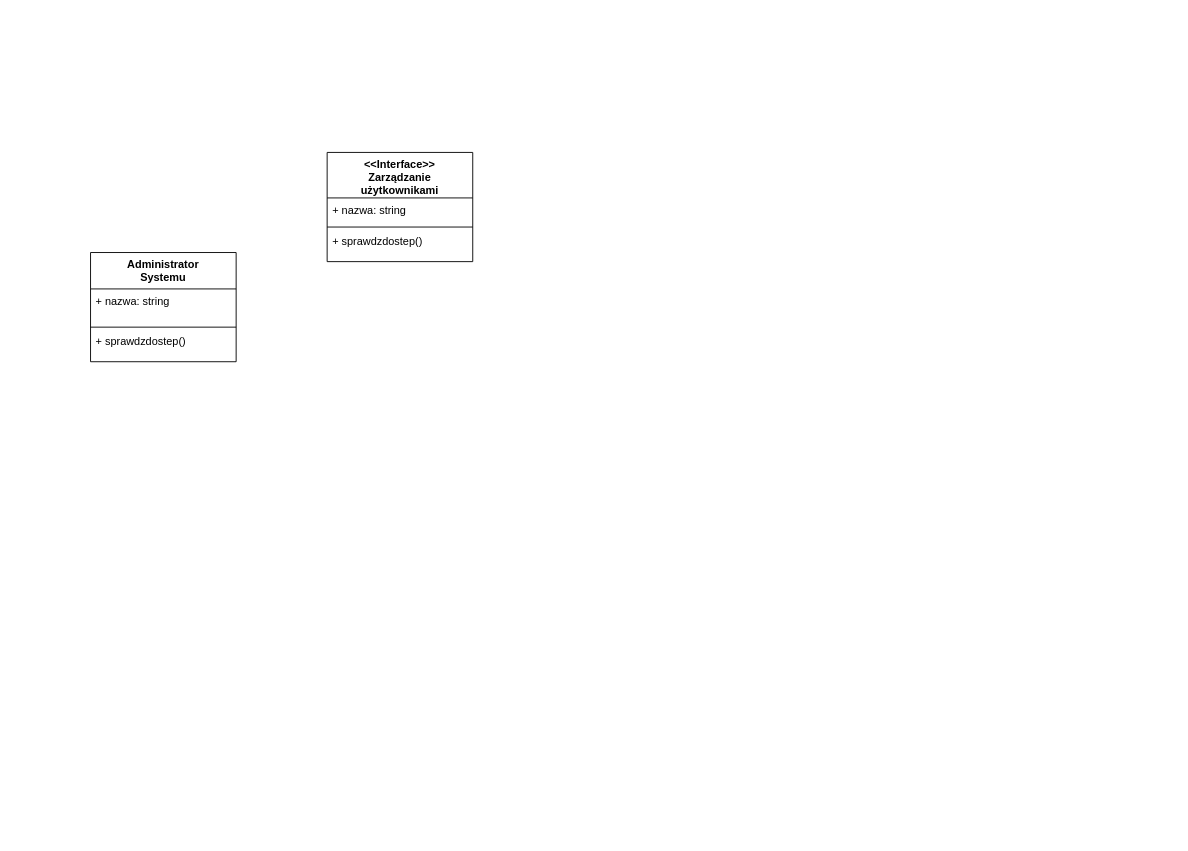
The draw.io diagram najwiekszy.drawio in dectroid/drawio, before the edit. Source tidied: cells renumbered, new cells numbered last; positions are measured from the earlier drawing's top-left corner, leaving out a move shared by most shapes. Both pictures are drawn from the tidied source at 91%, with x=0, y=0 at pixel (90, 152).
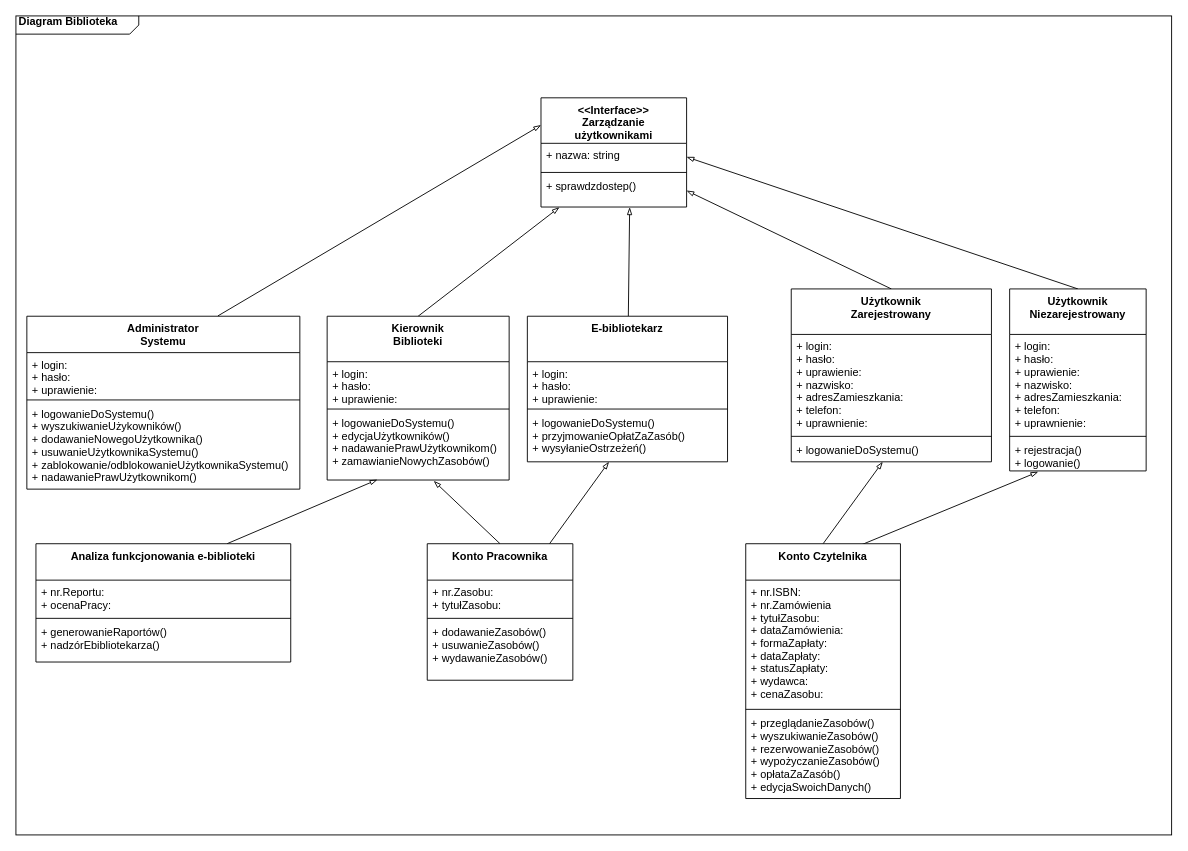
Above is the later version.

Change to the diagram source:
```diff
@@
+    <mxCell id="10" value="&lt;b&gt;&amp;nbsp;Diagram Biblioteka&lt;/b&gt;" style="html=1;shape=mxgraph.sysml.package;xSize=90;align=left;spacingLeft=10;overflow=fill;strokeWidth=1;labelX=135.71;" parent="1" vertex="1">
+      <mxGeometry x="-82" y="-150" width="1270" height="900" as="geometry" />
+    </mxCell>
+    <mxCell id="11" style="rounded=0;jettySize=auto;html=1;exitX=0.5;exitY=0;exitDx=0;exitDy=0;entryX=0.126;entryY=1.009;entryDx=0;entryDy=0;entryPerimeter=0;endArrow=blockThin;endFill=0;" parent="1" edge="1" source="2" target="15">
+      <mxGeometry relative="1" as="geometry" />
+    </mxCell>
-    <mxCell id="2" value="&lt;&lt;Interface&gt;&gt;&#10;Zarządzanie&#10;użytkownikami" style="swimlane;fontStyle=1;align=center;verticalAlign=top;horizontal=1;startSize=50;" parent="1" vertex="1">
-      <mxGeometry x="260" width="160" height="120" as="geometry" />
+    <mxCell id="2" value="Kierownik&#10;Biblioteki" style="swimlane;fontStyle=1;align=center;verticalAlign=top;horizontal=1;startSize=50;" parent="1" vertex="1">
+      <mxGeometry x="260" y="180" width="200" height="180" as="geometry" />
     </mxCell>
-    <mxCell id="3" value="+ nazwa: string" style="text;strokeColor=none;fillColor=none;align=left;verticalAlign=top;spacingLeft=4;spacingRight=4;overflow=hidden;" parent="2" vertex="1">
-      <mxGeometry y="50" width="160" height="30" as="geometry" />
+    <mxCell id="3" value="+ login:&#10;+ hasło:&#10;+ uprawienie:" style="text;strokeColor=none;fillColor=none;align=left;verticalAlign=top;spacingLeft=4;spacingRight=4;overflow=hidden;" parent="2" vertex="1">
+      <mxGeometry y="50" width="200" height="50" as="geometry" />
     </mxCell>
     <mxCell id="4" style="line;strokeWidth=1;fillColor=none;align=left;verticalAlign=middle;spacingTop=-1;spacingLeft=3;spacingRight=3;labelPosition=right;" parent="2" vertex="1">
-      <mxGeometry y="80" width="160" height="4" as="geometry" />
+      <mxGeometry y="100" width="200" height="4" as="geometry" />
     </mxCell>
-    <mxCell id="5" value="+ sprawdzdostep()" style="text;strokeColor=none;fillColor=none;align=left;verticalAlign=top;spacingLeft=4;spacingRight=4;overflow=hidden;points=[[0,0.5],[1,0.5]];portConstraint=eastwest;" parent="2" vertex="1">
-      <mxGeometry y="84" width="160" height="36" as="geometry" />
+    <mxCell id="5" value="+ logowanieDoSystemu()&#10;+ edycjaUżytkowników()&#10;+ nadawaniePrawUżytkownikom()&#10;+ zamawianieNowychZasobów()" style="text;strokeColor=none;fillColor=none;align=left;verticalAlign=top;spacingLeft=4;spacingRight=4;overflow=hidden;points=[[0,0.5],[1,0.5]];portConstraint=eastwest;" parent="2" vertex="1">
+      <mxGeometry y="104" width="200" height="76" as="geometry" />
     </mxCell>
     <mxCell id="6" value="Administrator&#10;Systemu" style="swimlane;fontStyle=1;align=center;verticalAlign=top;horizontal=1;startSize=40;" parent="1" vertex="1">
-      <mxGeometry y="110" width="160" height="120" as="geometry" />
+      <mxGeometry x="-70" y="180" width="300" height="190" as="geometry" />
     </mxCell>
-    <mxCell id="7" value="+ nazwa: string" style="text;strokeColor=none;fillColor=none;align=left;verticalAlign=top;spacingLeft=4;spacingRight=4;overflow=hidden;" parent="6" vertex="1">
-      <mxGeometry y="40" width="160" height="40" as="geometry" />
+    <mxCell id="7" value="+ login:&#10;+ hasło:&#10;+ uprawienie:" style="text;strokeColor=none;fillColor=none;align=left;verticalAlign=top;spacingLeft=4;spacingRight=4;overflow=hidden;" parent="6" vertex="1">
+      <mxGeometry y="40" width="300" height="50" as="geometry" />
     </mxCell>
     <mxCell id="8" style="line;strokeWidth=1;fillColor=none;align=left;verticalAlign=middle;spacingTop=-1;spacingLeft=3;spacingRight=3;labelPosition=right;" parent="6" vertex="1">
-      <mxGeometry y="80" width="160" height="4" as="geometry" />
+      <mxGeometry y="90" width="300" height="4" as="geometry" />
     </mxCell>
-    <mxCell id="9" value="+ sprawdzdostep()" style="text;strokeColor=none;fillColor=none;align=left;verticalAlign=top;spacingLeft=4;spacingRight=4;overflow=hidden;" parent="6" vertex="1">
-      <mxGeometry y="84" width="160" height="36" as="geometry" />
+    <mxCell id="9" value="+ logowanieDoSystemu()&#10;+ wyszukiwanieUżykowników()&#10;+ dodawanieNowegoUżytkownika()&#10;+ usuwanieUżytkownikaSystemu()&#10;+ zablokowanie/odblokowanieUżytkownikaSystemu()&#10;+ nadawaniePrawUżytkownikom()" style="text;strokeColor=none;fillColor=none;align=left;verticalAlign=top;spacingLeft=4;spacingRight=4;overflow=hidden;" parent="6" vertex="1">
+      <mxGeometry y="94" width="300" height="96" as="geometry" />
     </mxCell>
+    <mxCell id="12" value="&lt;&lt;Interface&gt;&gt;&#10;Zarządzanie&#10;użytkownikami" style="swimlane;fontStyle=1;align=center;verticalAlign=top;horizontal=1;startSize=50;" parent="1" vertex="1">
+      <mxGeometry x="495" y="-60" width="160" height="120" as="geometry" />
+    </mxCell>
+    <mxCell id="13" value="+ nazwa: string" style="text;strokeColor=none;fillColor=none;align=left;verticalAlign=top;spacingLeft=4;spacingRight=4;overflow=hidden;points=[[0,0.5],[1,0.5]];portConstraint=eastwest;" parent="12" vertex="1">
+      <mxGeometry y="50" width="160" height="30" as="geometry" />
+    </mxCell>
+    <mxCell id="14" style="line;strokeWidth=1;fillColor=none;align=left;verticalAlign=middle;spacingTop=-1;spacingLeft=3;spacingRight=3;labelPosition=right;" parent="12" vertex="1">
+      <mxGeometry y="80" width="160" height="4" as="geometry" />
+    </mxCell>
+    <mxCell id="15" value="+ sprawdzdostep()" style="text;strokeColor=none;fillColor=none;align=left;verticalAlign=top;spacingLeft=4;spacingRight=4;overflow=hidden;points=[[0,0.5],[1,0.5]];portConstraint=eastwest;" parent="12" vertex="1">
+      <mxGeometry y="84" width="160" height="36" as="geometry" />
+    </mxCell>
+    <mxCell id="16" style="edgeStyle=none;rounded=0;jettySize=auto;html=1;exitX=0.5;exitY=0;exitDx=0;exitDy=0;entryX=1;entryY=0.5;entryDx=0;entryDy=0;endArrow=blockThin;endFill=0;" parent="1" edge="1" source="17" target="13">
+      <mxGeometry relative="1" as="geometry" />
+    </mxCell>
+    <mxCell id="17" value="Użytkownik&#10;Niezarejestrowany" style="swimlane;fontStyle=1;align=center;verticalAlign=top;horizontal=1;startSize=50;" parent="1" vertex="1">
+      <mxGeometry x="1010" y="150" width="150" height="200" as="geometry" />
+    </mxCell>
+    <mxCell id="18" value="+ login:&#10;+ hasło:&#10;+ uprawienie:&#10;+ nazwisko:&#10;+ adresZamieszkania:&#10;+ telefon:&#10;+ uprawnienie:" style="text;strokeColor=none;fillColor=none;align=left;verticalAlign=top;spacingLeft=4;spacingRight=4;overflow=hidden;" parent="17" vertex="1">
+      <mxGeometry y="50" width="150" height="110" as="geometry" />
+    </mxCell>
+    <mxCell id="19" style="line;strokeWidth=1;fillColor=none;align=left;verticalAlign=middle;spacingTop=-1;spacingLeft=3;spacingRight=3;labelPosition=right;" parent="17" vertex="1">
+      <mxGeometry y="160" width="150" height="4" as="geometry" />
+    </mxCell>
+    <mxCell id="20" value="+ rejestracja()&#10;+ logowanie()" style="text;strokeColor=none;fillColor=none;align=left;verticalAlign=top;spacingLeft=4;spacingRight=4;overflow=hidden;" parent="17" vertex="1">
+      <mxGeometry y="164" width="150" height="36" as="geometry" />
+    </mxCell>
+    <mxCell id="21" style="edgeStyle=none;rounded=0;jettySize=auto;html=1;exitX=0.5;exitY=0;exitDx=0;exitDy=0;entryX=0.586;entryY=1.013;entryDx=0;entryDy=0;entryPerimeter=0;endArrow=blockThin;endFill=0;" parent="1" edge="1" source="23" target="5">
+      <mxGeometry relative="1" as="geometry" />
+    </mxCell>
+    <mxCell id="22" style="edgeStyle=none;rounded=0;jettySize=auto;html=1;endArrow=blockThin;endFill=0;" parent="1" edge="1" source="23" target="47">
+      <mxGeometry relative="1" as="geometry" />
+    </mxCell>
+    <mxCell id="23" value="Konto Pracownika" style="swimlane;fontStyle=1;align=center;verticalAlign=top;horizontal=1;startSize=40;" parent="1" vertex="1">
+      <mxGeometry x="370" y="430" width="160" height="150" as="geometry" />
+    </mxCell>
+    <mxCell id="24" value="+ nr.Zasobu:&#10;+ tytułZasobu:" style="text;strokeColor=none;fillColor=none;align=left;verticalAlign=top;spacingLeft=4;spacingRight=4;overflow=hidden;" parent="23" vertex="1">
+      <mxGeometry y="40" width="160" height="40" as="geometry" />
+    </mxCell>
+    <mxCell id="25" style="line;strokeWidth=1;fillColor=none;align=left;verticalAlign=middle;spacingTop=-1;spacingLeft=3;spacingRight=3;labelPosition=right;" parent="23" vertex="1">
+      <mxGeometry y="80" width="160" height="4" as="geometry" />
+    </mxCell>
+    <mxCell id="26" value="+ dodawanieZasobów()&#10;+ usuwanieZasobów()&#10;+ wydawanieZasobów()" style="text;strokeColor=none;fillColor=none;align=left;verticalAlign=top;spacingLeft=4;spacingRight=4;overflow=hidden;" parent="23" vertex="1">
+      <mxGeometry y="84" width="160" height="66" as="geometry" />
+    </mxCell>
+    <mxCell id="27" style="edgeStyle=none;rounded=0;jettySize=auto;html=1;exitX=0.75;exitY=0;exitDx=0;exitDy=0;entryX=0.276;entryY=0.995;entryDx=0;entryDy=0;entryPerimeter=0;endArrow=blockThin;endFill=0;" parent="1" edge="1" source="28" target="5">
+      <mxGeometry relative="1" as="geometry" />
+    </mxCell>
+    <mxCell id="28" value="Analiza funkcjonowania e-biblioteki" style="swimlane;fontStyle=1;align=center;verticalAlign=top;horizontal=1;startSize=40;" parent="1" vertex="1">
+      <mxGeometry x="-60" y="430" width="280" height="130" as="geometry" />
+    </mxCell>
+    <mxCell id="29" value="+ nr.Reportu:&#10;+ ocenaPracy:" style="text;strokeColor=none;fillColor=none;align=left;verticalAlign=top;spacingLeft=4;spacingRight=4;overflow=hidden;" parent="28" vertex="1">
+      <mxGeometry y="40" width="280" height="40" as="geometry" />
+    </mxCell>
+    <mxCell id="30" style="line;strokeWidth=1;fillColor=none;align=left;verticalAlign=middle;spacingTop=-1;spacingLeft=3;spacingRight=3;labelPosition=right;" parent="28" vertex="1">
+      <mxGeometry y="80" width="280" height="4" as="geometry" />
+    </mxCell>
+    <mxCell id="31" value="+ generowanieRaportów()&#10;+ nadzórEbibliotekarza()" style="text;strokeColor=none;fillColor=none;align=left;verticalAlign=top;spacingLeft=4;spacingRight=4;overflow=hidden;" parent="28" vertex="1">
+      <mxGeometry y="84" width="280" height="46" as="geometry" />
+    </mxCell>
+    <mxCell id="32" style="edgeStyle=none;rounded=0;jettySize=auto;html=1;exitX=0.5;exitY=0;exitDx=0;exitDy=0;endArrow=blockThin;endFill=0;" parent="1" edge="1" source="34" target="42">
+      <mxGeometry relative="1" as="geometry" />
+    </mxCell>
+    <mxCell id="33" style="edgeStyle=none;rounded=0;orthogonalLoop=1;jettySize=auto;html=1;exitX=0.75;exitY=0;exitDx=0;exitDy=0;endArrow=blockThin;endFill=0;" parent="1" edge="1">
+      <mxGeometry relative="1" as="geometry">
+        <mxPoint x="847.5" y="431" as="sourcePoint" />
+        <mxPoint x="1041.4" y="351" as="targetPoint" />
+      </mxGeometry>
+    </mxCell>
+    <mxCell id="34" value="Konto Czytelnika" style="swimlane;fontStyle=1;align=center;verticalAlign=top;horizontal=1;startSize=40;" parent="1" vertex="1">
+      <mxGeometry x="720" y="430" width="170" height="280" as="geometry" />
+    </mxCell>
+    <mxCell id="35" value="+ nr.ISBN:&#10;+ nr.Zamówienia&#10;+ tytułZasobu:&#10;+ dataZamówienia:&#10;+ formaZapłaty:&#10;+ dataZapłaty:&#10;+ statusZapłaty:&#10;+ wydawca:&#10;+ cenaZasobu:&#10;&#10;" style="text;strokeColor=none;fillColor=none;align=left;verticalAlign=top;spacingLeft=4;spacingRight=4;overflow=hidden;" parent="34" vertex="1">
+      <mxGeometry y="40" width="170" height="140" as="geometry" />
+    </mxCell>
+    <mxCell id="36" style="line;strokeWidth=1;fillColor=none;align=left;verticalAlign=middle;spacingTop=-1;spacingLeft=3;spacingRight=3;labelPosition=right;" parent="34" vertex="1">
+      <mxGeometry y="180" width="170" height="4" as="geometry" />
+    </mxCell>
+    <mxCell id="37" value="+ przeglądanieZasobów()&#10;+ wyszukiwanieZasobów()&#10;+ rezerwowanieZasobów()&#10;+ wypożyczanieZasobów()&#10;+ opłataZaZasób()&#10;+ edycjaSwoichDanych()" style="text;strokeColor=none;fillColor=none;align=left;verticalAlign=top;spacingLeft=4;spacingRight=4;overflow=hidden;" parent="34" vertex="1">
+      <mxGeometry y="184" width="170" height="96" as="geometry" />
+    </mxCell>
+    <mxCell id="38" style="edgeStyle=none;rounded=0;jettySize=auto;html=1;exitX=0.5;exitY=0;exitDx=0;exitDy=0;entryX=1;entryY=0.5;entryDx=0;entryDy=0;endArrow=blockThin;endFill=0;" parent="1" edge="1" source="39" target="15">
+      <mxGeometry relative="1" as="geometry" />
+    </mxCell>
+    <mxCell id="39" value="Użytkownik&#10;Zarejestrowany" style="swimlane;fontStyle=1;align=center;verticalAlign=top;horizontal=1;startSize=50;" parent="1" vertex="1">
+      <mxGeometry x="770" y="150" width="220" height="190" as="geometry" />
+    </mxCell>
+    <mxCell id="40" value="+ login:&#10;+ hasło:&#10;+ uprawienie:&#10;+ nazwisko:&#10;+ adresZamieszkania:&#10;+ telefon:&#10;+ uprawnienie:" style="text;strokeColor=none;fillColor=none;align=left;verticalAlign=top;spacingLeft=4;spacingRight=4;overflow=hidden;" parent="39" vertex="1">
+      <mxGeometry y="50" width="220" height="110" as="geometry" />
+    </mxCell>
+    <mxCell id="41" style="line;strokeWidth=1;fillColor=none;align=left;verticalAlign=middle;spacingTop=-1;spacingLeft=3;spacingRight=3;labelPosition=right;" parent="39" vertex="1">
+      <mxGeometry y="160" width="220" height="4" as="geometry" />
+    </mxCell>
+    <mxCell id="42" value="+ logowanieDoSystemu()" style="text;strokeColor=none;fillColor=none;align=left;verticalAlign=top;spacingLeft=4;spacingRight=4;overflow=hidden;points=[[0,0.5],[1,0.5]];portConstraint=eastwest;" parent="39" vertex="1">
+      <mxGeometry y="164" width="220" height="26" as="geometry" />
+    </mxCell>
+    <mxCell id="43" style="edgeStyle=none;rounded=0;jettySize=auto;html=1;entryX=0.609;entryY=1.009;entryDx=0;entryDy=0;entryPerimeter=0;endArrow=blockThin;endFill=0;" parent="1" edge="1" source="44" target="15">
+      <mxGeometry relative="1" as="geometry" />
+    </mxCell>
+    <mxCell id="44" value="E-bibliotekarz" style="swimlane;fontStyle=1;align=center;verticalAlign=top;horizontal=1;startSize=50;" parent="1" vertex="1">
+      <mxGeometry x="480" y="180" width="220" height="160" as="geometry" />
+    </mxCell>
+    <mxCell id="45" value="+ login:&#10;+ hasło:&#10;+ uprawienie:" style="text;strokeColor=none;fillColor=none;align=left;verticalAlign=top;spacingLeft=4;spacingRight=4;overflow=hidden;" parent="44" vertex="1">
+      <mxGeometry y="50" width="220" height="50" as="geometry" />
+    </mxCell>
+    <mxCell id="46" style="line;strokeWidth=1;fillColor=none;align=left;verticalAlign=middle;spacingTop=-1;spacingLeft=3;spacingRight=3;labelPosition=right;" parent="44" vertex="1">
+      <mxGeometry y="100" width="220" height="4" as="geometry" />
+    </mxCell>
+    <mxCell id="47" value="+ logowanieDoSystemu()&#10;+ przyjmowanieOpłatZaZasób()&#10;+ wysyłanieOstrzeżeń()" style="text;strokeColor=none;fillColor=none;align=left;verticalAlign=top;spacingLeft=4;spacingRight=4;overflow=hidden;points=[[0,0.5],[1,0.5]];portConstraint=eastwest;" parent="44" vertex="1">
+      <mxGeometry y="104" width="220" height="56" as="geometry" />
+    </mxCell>
+    <mxCell id="48" style="rounded=0;jettySize=auto;html=1;exitX=0.7;exitY=-0.002;exitDx=0;exitDy=0;endArrow=blockThin;endFill=0;exitPerimeter=0;entryX=0;entryY=0.25;entryDx=0;entryDy=0;" parent="1" edge="1" source="6" target="12">
+      <mxGeometry relative="1" as="geometry" />
+    </mxCell>
```
